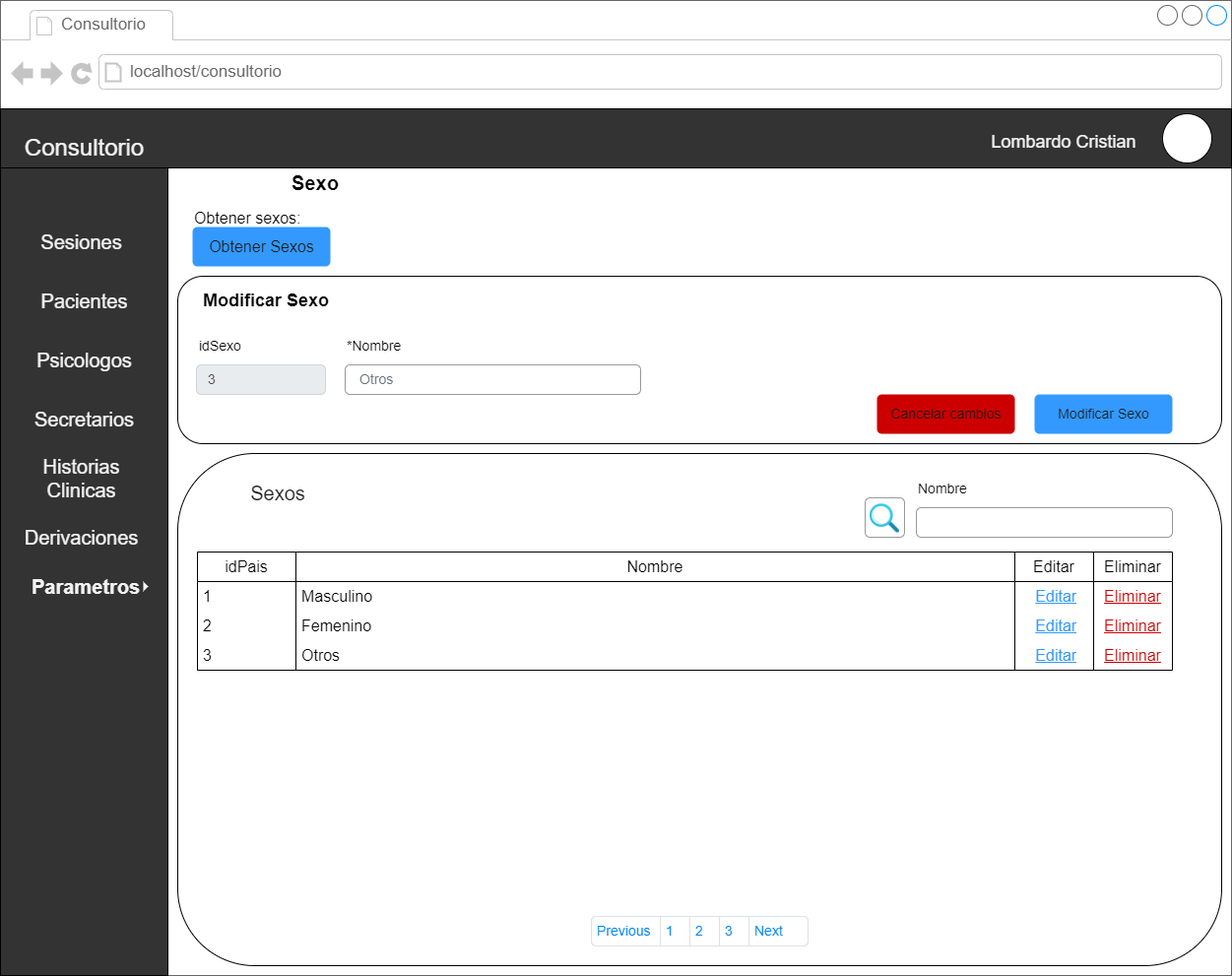
This is docs/resources/DIA's/diaPantallas-diaEditarSexo.drawio.png from Gabito-17/proyectoDisenoWeb, a draw.io export, as it was before one commit. Source tidied: cells renumbered, new cells last; positions are measured from the earlier drawing's top-left corner, leaving out a move shared by most shapes.
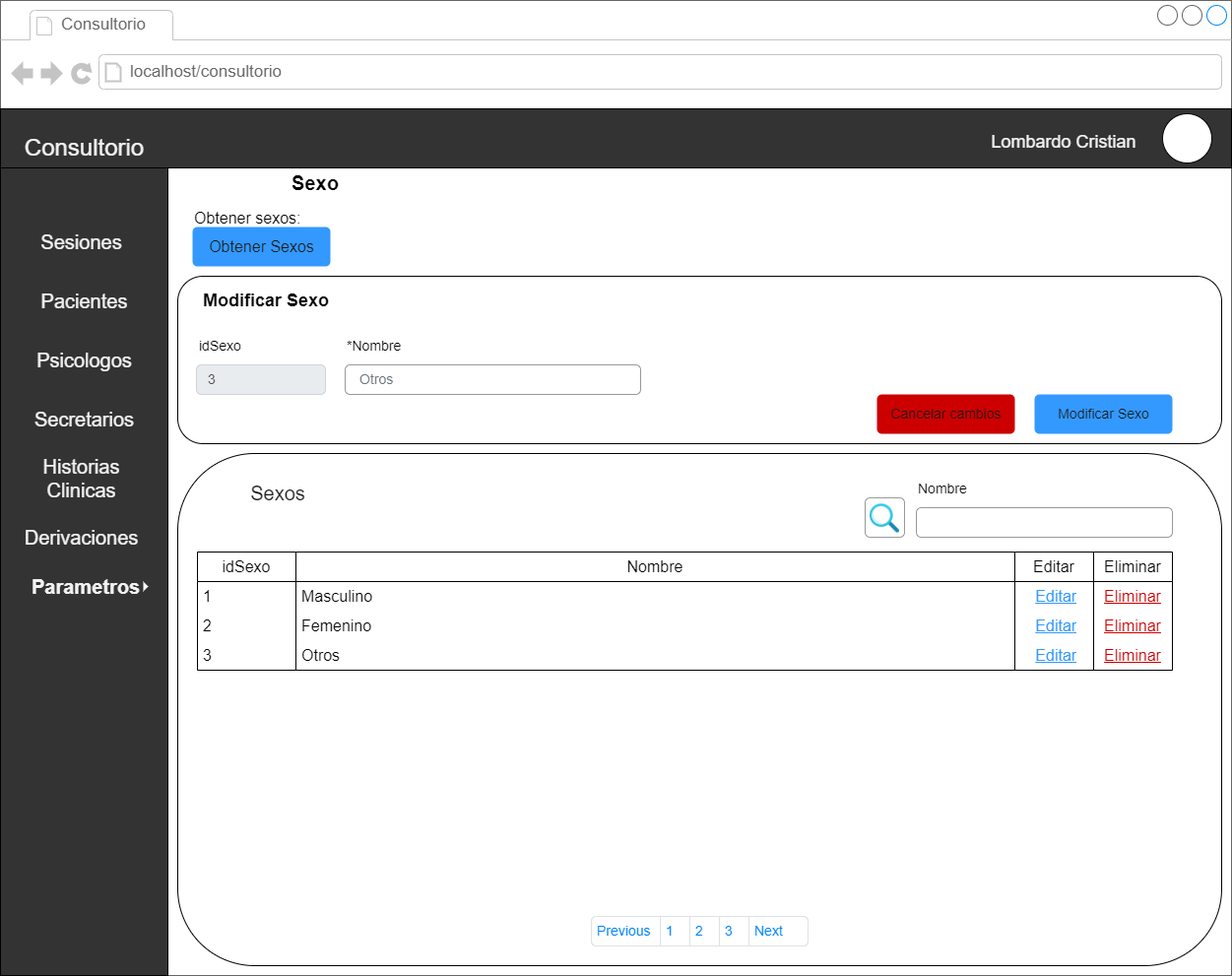
Later version of the same file.

The edit, as a diff of the source:
```diff
@@ -155,7 +155,7 @@
     <mxCell id="48" value="&lt;u style=&quot;color: rgb(204, 0, 0); font-size: 16px;&quot;&gt;Eliminar&lt;/u&gt;" style="text;strokeColor=none;fillColor=none;align=center;verticalAlign=middle;spacingLeft=4;spacingRight=4;overflow=hidden;whiteSpace=wrap;html=1;" parent="45" vertex="1">
       <mxGeometry y="90" width="80" height="30" as="geometry" />
     </mxCell>
-    <mxCell id="49" value="&lt;span style=&quot;font-size: 16px; text-wrap: nowrap;&quot;&gt;idPais&lt;/span&gt;" style="swimlane;fontStyle=0;horizontal=1;startSize=30;whiteSpace=wrap;html=1;" parent="2" vertex="1">
+    <mxCell id="49" value="&lt;span style=&quot;font-size: 16px; text-wrap: nowrap;&quot;&gt;idSexo&lt;/span&gt;" style="swimlane;fontStyle=0;horizontal=1;startSize=30;whiteSpace=wrap;html=1;" parent="2" vertex="1">
       <mxGeometry x="200" y="560" width="100" height="120" as="geometry" />
     </mxCell>
     <mxCell id="50" value="&lt;span style=&quot;font-size: 16px;&quot;&gt;1&lt;/span&gt;" style="text;strokeColor=none;fillColor=none;align=left;verticalAlign=middle;spacingLeft=4;spacingRight=4;overflow=hidden;whiteSpace=wrap;html=1;" parent="49" vertex="1">
```
